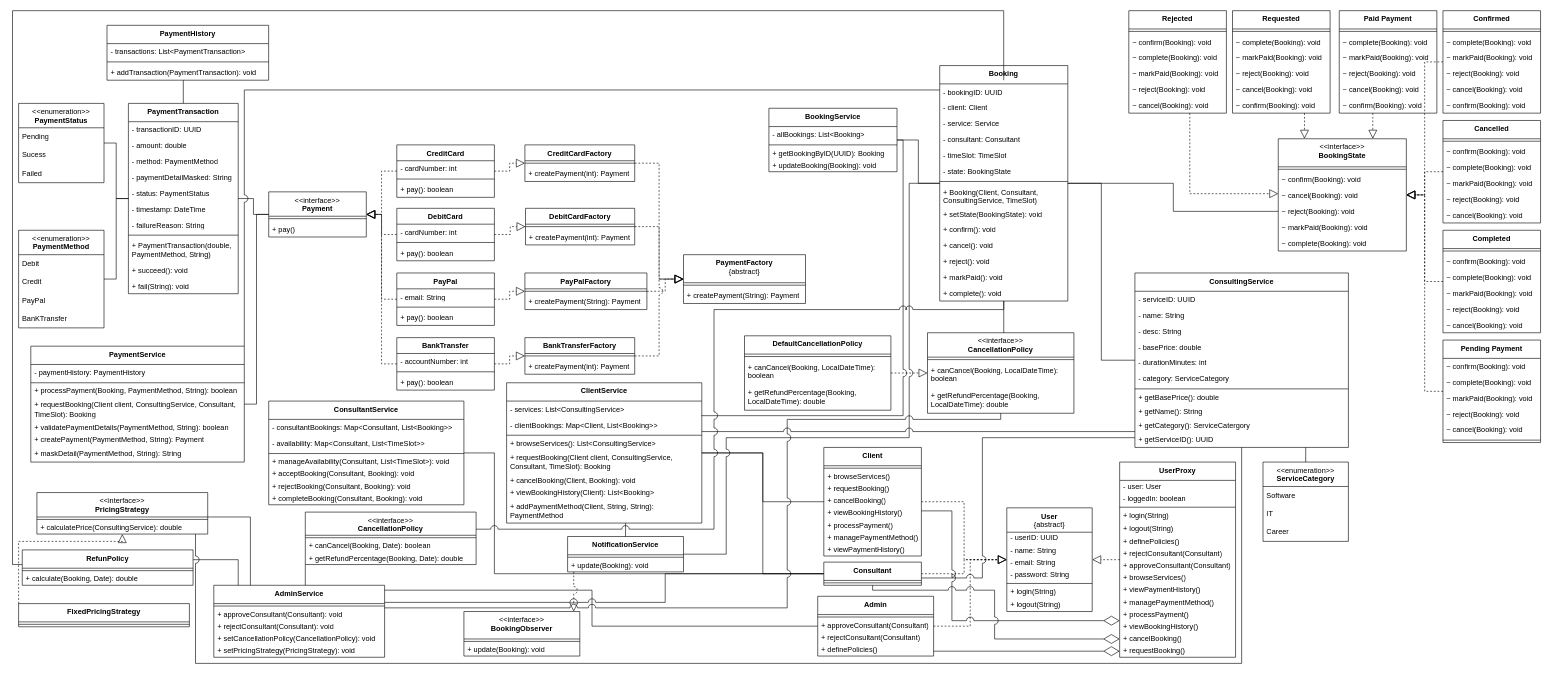
Earlier version of the draw.io diagram page "Page-2" (2 of 3) of diagrams/EECS3311_UML.drawio (K1fight/EECS3311Project). Source tidied: cells renumbered, new cells numbered last; positions are measured from the earlier drawing's top-left corner, leaving out a move shared by most shapes. Both pictures are drawn from the tidied source at 61%, with x=0, y=0 at pixel (12, 10).
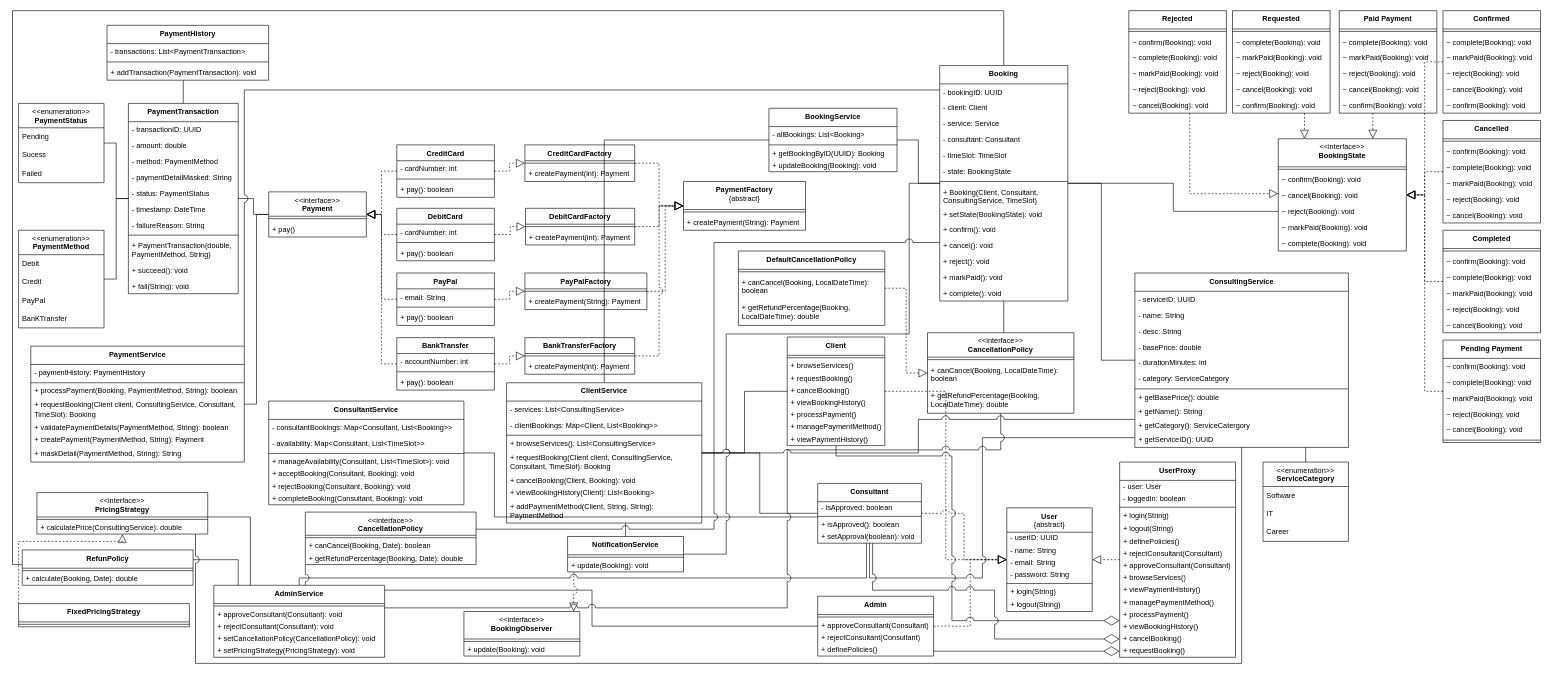
After the change.

The change refers to these unchanged cells:
```xml
<mxCell id="2" value="Booking" style="swimlane;fontStyle=1;align=center;verticalAlign=top;horizontal=1;startSize=30;whiteSpace=wrap;html=1;" parent="1" vertex="1">
  <mxGeometry x="1520" y="90" width="210" height="386" as="geometry" />
</mxCell>
<mxCell id="156" value="&lt;b&gt;AdminService&lt;/b&gt;" style="swimlane;fontStyle=0;align=center;verticalAlign=top;horizontal=1;startSize=30;html=1;whiteSpace=wrap;" parent="1" vertex="1">
  <mxGeometry x="330" y="942" width="280" height="118" as="geometry" />
</mxCell>
<mxCell id="162" value="&lt;b&gt;BookingService&lt;/b&gt;" style="swimlane;fontStyle=0;align=center;verticalAlign=top;horizontal=1;startSize=30;html=1;whiteSpace=wrap;" parent="1" vertex="1">
  <mxGeometry x="1240" y="160" width="210" height="104" as="geometry" />
</mxCell>
<mxCell id="175" value="&lt;b&gt;ClientService&lt;/b&gt;" style="swimlane;fontStyle=0;align=center;verticalAlign=top;horizontal=1;startSize=30;html=1;whiteSpace=wrap;" parent="1" vertex="1">
  <mxGeometry x="810" y="610" width="320" height="230" as="geometry" />
</mxCell>
<mxCell id="177" value="- clientBookings:&amp;nbsp;Map&amp;lt;Client, List&amp;lt;Booking&amp;gt;&amp;gt;" style="text;strokeColor=none;fillColor=none;align=left;verticalAlign=top;spacingLeft=4;spacingRight=4;overflow=hidden;points=[[0,0.5],[1,0.5]];portConstraint=eastwest;whiteSpace=wrap;html=1;" parent="175" vertex="1">
  <mxGeometry y="56" width="320" height="26" as="geometry" />
</mxCell>
<mxCell id="192" value="&lt;b&gt;NotificationService&lt;/b&gt;" style="swimlane;fontStyle=0;align=center;verticalAlign=top;horizontal=1;startSize=30;html=1;whiteSpace=wrap;" parent="1" vertex="1">
  <mxGeometry x="910" y="862" width="190" height="58" as="geometry" />
</mxCell>
<mxCell id="195" value="&lt;div&gt;&lt;span style=&quot;font-weight: 400;&quot;&gt;&amp;lt;&amp;lt;interface&amp;gt;&amp;gt;&lt;/span&gt;&lt;span style=&quot;background-color: transparent;&quot;&gt;&lt;br&gt;&lt;/span&gt;&lt;/div&gt;&lt;div&gt;&lt;span style=&quot;background-color: transparent;&quot;&gt;CancellationPolicy&lt;/span&gt;&lt;br&gt;&lt;/div&gt;" style="swimlane;fontStyle=1;align=center;verticalAlign=top;horizontal=1;startSize=40;whiteSpace=wrap;html=1;" parent="1" vertex="1">
  <mxGeometry x="1500" y="528" width="240" height="132" as="geometry" />
</mxCell>
<mxCell id="203" value="&lt;b&gt;ConsultingService&lt;/b&gt;" style="swimlane;fontStyle=0;align=center;verticalAlign=top;horizontal=1;startSize=30;html=1;whiteSpace=wrap;" parent="1" vertex="1">
  <mxGeometry x="1840" y="430" width="350" height="286" as="geometry" />
</mxCell>
<mxCell id="227" value="&lt;b&gt;UserProxy&lt;/b&gt;" style="swimlane;fontStyle=0;align=center;verticalAlign=top;horizontal=1;startSize=30;html=1;whiteSpace=wrap;" parent="1" vertex="1">
  <mxGeometry x="1815" y="740" width="190" height="320" as="geometry" />
</mxCell>
<mxCell id="293" value="&lt;div&gt;&amp;lt;&amp;lt;interface&amp;gt;&amp;gt;&lt;b&gt;&lt;br&gt;&lt;/b&gt;&lt;/div&gt;&lt;b&gt;CancellationPolicy&lt;/b&gt;" style="swimlane;fontStyle=0;align=center;verticalAlign=top;horizontal=1;startSize=38;html=1;whiteSpace=wrap;" parent="1" vertex="1">
  <mxGeometry x="480" y="822" width="280" height="86" as="geometry" />
</mxCell>
<mxCell id="299" value="&lt;b&gt;RefunPolicy&lt;/b&gt;" style="swimlane;fontStyle=0;align=center;verticalAlign=top;horizontal=1;startSize=30;html=1;whiteSpace=wrap;" parent="1" vertex="1">
  <mxGeometry x="16" y="884" width="280" height="58" as="geometry" />
</mxCell>
```

Change to the diagram source:
```diff
@@
     <mxCell id="84" value="&lt;div&gt;&lt;span style=&quot;background-color: transparent;&quot;&gt;PaymentFactory&lt;/span&gt;&lt;br&gt;&lt;/div&gt;&lt;div&gt;&lt;span style=&quot;font-weight: 400;&quot;&gt;{abstract}&lt;/span&gt;&lt;span style=&quot;background-color: transparent;&quot;&gt;&lt;br&gt;&lt;/span&gt;&lt;/div&gt;" style="swimlane;fontStyle=1;align=center;verticalAlign=top;horizontal=1;startSize=46;whiteSpace=wrap;html=1;" parent="1" vertex="1">
-      <mxGeometry x="1100" y="400" width="200" height="80" as="geometry" />
+      <mxGeometry x="1100" y="280" width="200" height="80" as="geometry" />
     </mxCell>
@@
     <mxCell id="199" value="&lt;div&gt;&lt;span style=&quot;background-color: transparent;&quot;&gt;DefaultCancellationPolicy&lt;/span&gt;&lt;br&gt;&lt;/div&gt;" style="swimlane;fontStyle=1;align=center;verticalAlign=top;horizontal=1;startSize=30;whiteSpace=wrap;html=1;" parent="1" vertex="1">
-      <mxGeometry x="1200" y="533" width="240" height="122" as="geometry" />
+      <mxGeometry x="1190" y="394" width="240" height="122" as="geometry" />
     </mxCell>
@@
     <mxCell id="243" value="&lt;b&gt;Client&lt;/b&gt;" style="swimlane;fontStyle=0;align=center;verticalAlign=top;horizontal=1;startSize=30;html=1;whiteSpace=wrap;" parent="1" vertex="1">
-      <mxGeometry x="1330" y="716" width="160" height="178" as="geometry" />
+      <mxGeometry x="1270" y="535" width="160" height="178" as="geometry" />
     </mxCell>
@@
     <mxCell id="252" value="&lt;b&gt;Consultant&lt;/b&gt;" style="swimlane;fontStyle=0;align=center;verticalAlign=top;horizontal=1;startSize=30;html=1;whiteSpace=wrap;" parent="1" vertex="1">
-      <mxGeometry x="1330" y="904" width="160" height="38" as="geometry" />
+      <mxGeometry x="1320" y="775" width="170" height="98" as="geometry" />
     </mxCell>
+    <mxCell id="307" value="- isApproved: boolean" style="text;html=1;strokeColor=none;fillColor=none;align=left;verticalAlign=middle;spacingLeft=4;spacingRight=4;overflow=hidden;whiteSpace=wrap;" parent="252" vertex="1">
+      <mxGeometry y="30" width="170" height="20" as="geometry" />
+    </mxCell>
     <mxCell id="253" style="line;strokeWidth=1;fillColor=none;align=left;verticalAlign=middle;spacingTop=-1;spacingLeft=3;spacingRight=3;labelPosition=right;" parent="252" vertex="1">
-      <mxGeometry y="30" width="160" height="8" as="geometry" />
+      <mxGeometry y="50" width="170" height="8" as="geometry" />
     </mxCell>
+    <mxCell id="308" value="+ isApproved(): boolean" style="text;html=1;strokeColor=none;fillColor=none;align=left;verticalAlign=middle;spacingLeft=4;spacingRight=4;overflow=hidden;whiteSpace=wrap;" parent="252" vertex="1">
+      <mxGeometry y="58" width="170" height="20" as="geometry" />
+    </mxCell>
+    <mxCell id="309" value="+ setApproval(boolean): void" style="text;html=1;strokeColor=none;fillColor=none;align=left;verticalAlign=middle;spacingLeft=4;spacingRight=4;overflow=hidden;whiteSpace=wrap;" parent="252" vertex="1">
+      <mxGeometry y="78" width="170" height="20" as="geometry" />
+    </mxCell>
@@
     <mxCell id="278" style="html=1;endArrow=none;rounded=0;edgeStyle=orthogonalEdgeStyle;jumpStyle=arc;jumpSize=12;" parent="1" edge="1" source="192" target="2">
       <mxGeometry relative="1" as="geometry">
         <Array as="points">
           <mxPoint x="1170" y="891" />
-          <mxPoint x="1170" y="700" />
-          <mxPoint x="1470" y="700" />
+          <mxPoint x="1170" y="530" />
+          <mxPoint x="1470" y="530" />
           <mxPoint x="1470" y="283" />
         </Array>
       </mxGeometry>
     </mxCell>
-    <mxCell id="279" style="html=1;endArrow=none;rounded=0;edgeStyle=elbowEdgeStyle;jumpStyle=arc;jumpSize=12;" parent="1" edge="1" source="252" target="156">
+    <mxCell id="279" style="html=1;endArrow=none;rounded=0;edgeStyle=orthogonalEdgeStyle;jumpStyle=arc;jumpSize=12;" parent="1" edge="1" source="252" target="156">
       <mxGeometry relative="1" as="geometry">
         <Array as="points">
-          <mxPoint x="1070" y="970" />
+          <mxPoint x="1400" y="930" />
+          <mxPoint x="470" y="930" />
         </Array>
       </mxGeometry>
     </mxCell>
     <mxCell id="280" style="html=1;endArrow=none;rounded=0;edgeStyle=orthogonalEdgeStyle;jumpStyle=arc;jumpSize=12;" parent="1" edge="1" source="195" target="156">
       <mxGeometry relative="1" as="geometry">
         <Array as="points">
-          <mxPoint x="1620" y="670" />
-          <mxPoint x="1270" y="670" />
+          <mxPoint x="1620" y="720" />
+          <mxPoint x="1270" y="720" />
           <mxPoint x="1270" y="979" />
         </Array>
       </mxGeometry>
     </mxCell>
@@
-    <mxCell id="286" style="html=1;endArrow=none;rounded=0;edgeStyle=elbowEdgeStyle;jumpStyle=arc;jumpSize=12;" parent="1" edge="1" source="203" target="175">
+    <mxCell id="286" style="html=1;endArrow=none;rounded=0;edgeStyle=orthogonalEdgeStyle;jumpStyle=arc;jumpSize=12;" parent="1" edge="1" source="203" target="175">
       <mxGeometry relative="1" as="geometry">
         <Array as="points">
-          <mxPoint x="1630" y="690" />
+          <mxPoint x="1485" y="670" />
+          <mxPoint x="1485" y="725" />
         </Array>
       </mxGeometry>
     </mxCell>
-    <mxCell id="287" style="html=1;endArrow=none;rounded=0;edgeStyle=elbowEdgeStyle;jumpStyle=arc;jumpSize=12;entryX=0.998;entryY=-0.08;entryDx=0;entryDy=0;entryPerimeter=0;" parent="1" edge="1" source="162" target="177">
-      <mxGeometry relative="1" as="geometry">
-        <Array as="points">
-          <mxPoint x="1460" y="480" />
-        </Array>
-      </mxGeometry>
+    <mxCell id="287" style="html=1;endArrow=none;rounded=0;edgeStyle=orthogonalEdgeStyle;jumpStyle=arc;jumpSize=12;" parent="1" edge="1" source="162" target="175">
+      <mxGeometry relative="1" as="geometry" />
     </mxCell>
@@
     <mxCell id="290" style="endArrow=diamondThin;endFill=0;endSize=24;html=1;rounded=0;edgeStyle=orthogonalEdgeStyle;jumpStyle=arc;jumpSize=12;" parent="1" edge="1" source="243" target="227">
       <mxGeometry relative="1" as="geometry">
         <Array as="points">
-          <mxPoint x="1540" y="820" />
+          <mxPoint x="1350" y="730" />
+          <mxPoint x="1540" y="730" />
           <mxPoint x="1540" y="1000" />
         </Array>
       </mxGeometry>
     </mxCell>
@@
     <mxCell id="298" style="html=1;endArrow=none;rounded=0;edgeStyle=orthogonalEdgeStyle;jumpStyle=arc;jumpSize=12;" parent="1" edge="1" source="2" target="293">
       <mxGeometry relative="1" as="geometry">
         <Array as="points">
-          <mxPoint x="1625" y="490" />
-          <mxPoint x="1150" y="490" />
+          <mxPoint x="1150" y="380" />
           <mxPoint x="1150" y="850" />
         </Array>
       </mxGeometry>
     </mxCell>
@@
-    <mxCell id="303" style="html=1;endArrow=none;rounded=0;edgeStyle=orthogonalEdgeStyle;jumpStyle=arc;jumpSize=12;" parent="1" edge="1" target="299">
+    <mxCell id="303" style="html=1;endArrow=none;rounded=0;edgeStyle=orthogonalEdgeStyle;jumpStyle=arc;jumpSize=12;" parent="1" edge="1" source="2" target="299">
       <mxGeometry relative="1" as="geometry">
-        <mxPoint x="1624.9" y="114" as="sourcePoint" />
         <Array as="points">
           <mxPoint x="1625" />
           <mxPoint />
           <mxPoint y="908" />
         </Array>
       </mxGeometry>
     </mxCell>
```
